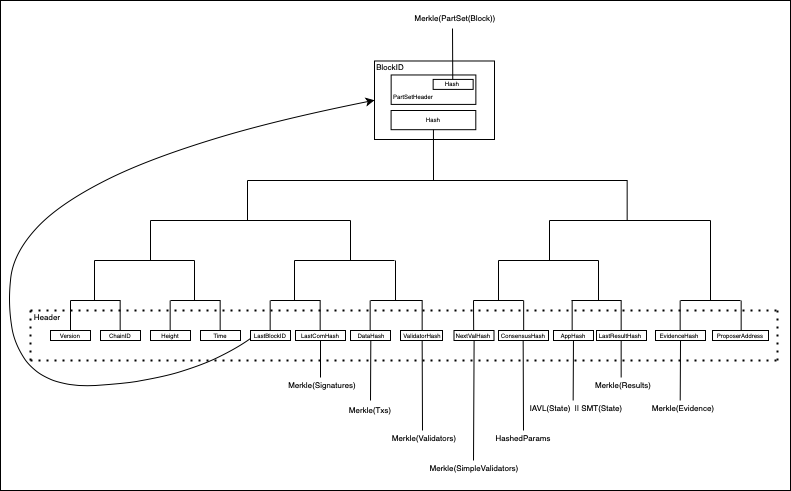
Above: tendermint_dag.png in vulcanize/go-codec-dagcosmos (draw.io), before the change. Source tidied: cells renumbered, new cells last; positions are measured from the earlier drawing's top-left corner, leaving out a move shared by most shapes.
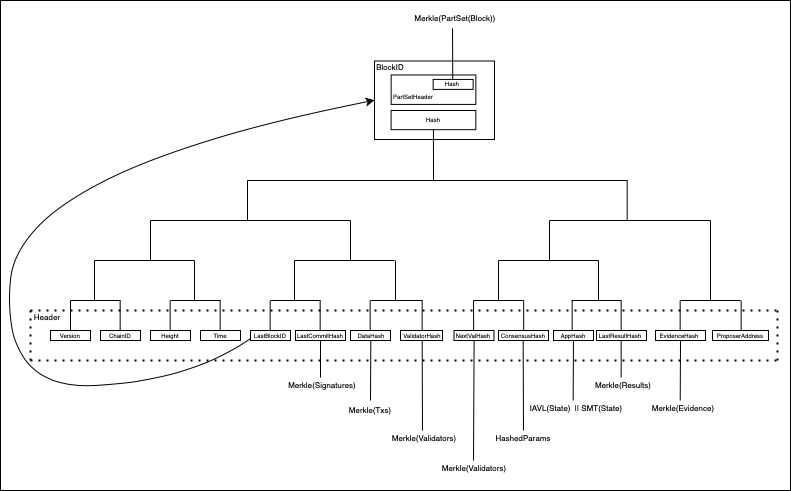
Above is the later version.

Diff of the diagram source:
```diff
@@ -38,7 +38,7 @@
     <mxCell id="13" style="rounded=0;whiteSpace=wrap;html=1;" parent="1" vertex="1">
       <mxGeometry x="295" y="330" width="50" height="10" as="geometry" />
     </mxCell>
-    <mxCell id="14" value="&lt;span style=&quot;font-size: 6px&quot;&gt;LastComHash&lt;/span&gt;" style="text;html=1;strokeColor=none;fillColor=none;align=center;verticalAlign=middle;whiteSpace=wrap;rounded=0;" parent="1" vertex="1">
+    <mxCell id="14" value="&lt;span style=&quot;font-size: 6px&quot;&gt;LastCommitHash&lt;/span&gt;" style="text;html=1;strokeColor=none;fillColor=none;align=center;verticalAlign=middle;whiteSpace=wrap;rounded=0;" parent="1" vertex="1">
       <mxGeometry x="300" y="323" width="40" height="20" as="geometry" />
     </mxCell>
     <mxCell id="15" style="rounded=0;whiteSpace=wrap;html=1;" parent="1" vertex="1">
@@ -405,7 +405,7 @@
     <mxCell id="89" value="&lt;font style=&quot;font-size: 8px&quot;&gt;HashedParams&lt;/font&gt;" style="text;html=1;strokeColor=none;fillColor=none;align=center;verticalAlign=middle;whiteSpace=wrap;rounded=0;" parent="1" vertex="1">
       <mxGeometry x="503" y="426" width="40" height="20" as="geometry" />
     </mxCell>
-    <mxCell id="90" value="&lt;span style=&quot;font-size: 8px&quot;&gt;Merkle(SimpleValidators)&lt;/span&gt;" style="text;html=1;strokeColor=none;fillColor=none;align=center;verticalAlign=middle;whiteSpace=wrap;rounded=0;" parent="1" vertex="1">
+    <mxCell id="90" value="&lt;span style=&quot;font-size: 8px&quot;&gt;Merkle(Validators)&lt;/span&gt;" style="text;html=1;strokeColor=none;fillColor=none;align=center;verticalAlign=middle;whiteSpace=wrap;rounded=0;" parent="1" vertex="1">
       <mxGeometry x="454" y="456" width="40" height="20" as="geometry" />
     </mxCell>
     <mxCell id="91" style="endArrow=none;html=1;exitX=0.5;exitY=1;exitDx=0;exitDy=0;" parent="1" edge="1">
```
